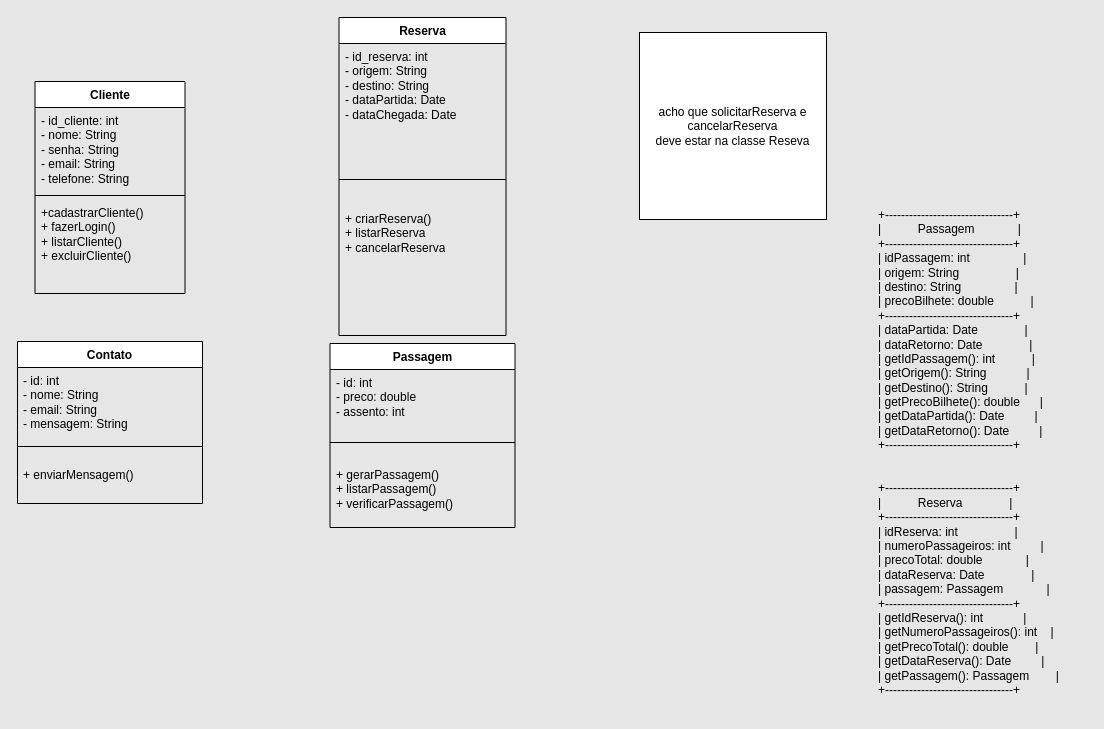
Earlier version of the draw.io diagram Diagrama sem nome.drawio (PatsFerrer/uml_teste). Source tidied: cells renumbered, new cells numbered last; positions are measured from the earlier drawing's top-left corner, leaving out a move shared by most shapes. Both pictures are drawn from the tidied source at 100%, with x=0, y=0 at pixel (17, 17).
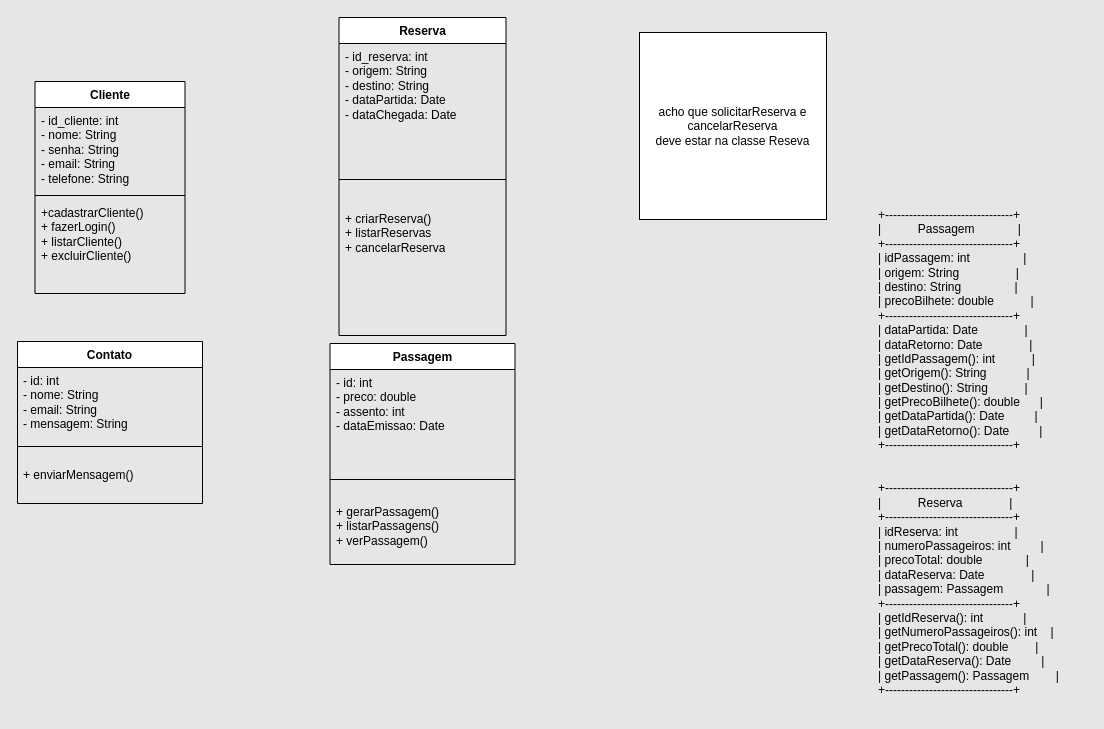
The same diagram, later.

Diff of the diagram source:
```diff
@@
 <mxGraphModel background="#E6E6E6">
   <root>
     <mxCell id="0" />
     <mxCell id="1" parent="0" />
     <mxCell id="2" value="Cliente                 " style="swimlane;fontStyle=1;align=center;verticalAlign=top;horizontal=1;startSize=26;whiteSpace=wrap;html=1;" parent="1" vertex="1">
       <mxGeometry x="17.5" y="64" width="150" height="212" as="geometry" />
     </mxCell>
     <mxCell id="3" value="&lt;font style=&quot;font-size: 12px;&quot;&gt;- id_cliente: int&lt;br&gt;- nome: String&lt;br style=&quot;border-color: var(--border-color); padding: 0px; margin: 0px;&quot;&gt;- senha: String&lt;br style=&quot;border-color: var(--border-color); padding: 0px; margin: 0px;&quot;&gt;- email: String&lt;br style=&quot;border-color: var(--border-color); padding: 0px; margin: 0px;&quot;&gt;- telefone: String&lt;/font&gt;" style="text;strokeColor=none;fillColor=none;align=left;verticalAlign=top;spacingLeft=4;spacingRight=4;overflow=hidden;whiteSpace=wrap;html=1;" parent="2" vertex="1">
       <mxGeometry y="26" width="150" height="84" as="geometry" />
     </mxCell>
     <mxCell id="4" style="line;strokeWidth=1;fillColor=none;align=left;verticalAlign=middle;spacingTop=-1;spacingLeft=3;spacingRight=3;labelPosition=right;strokeColor=inherit;" parent="2" vertex="1">
       <mxGeometry y="110" width="150" height="8" as="geometry" />
     </mxCell>
     <mxCell id="5" value="+cadastrarCliente()&lt;br&gt;+&amp;nbsp;fazerLogin&lt;span style=&quot;border-color: var(--border-color); background-color: initial;&quot;&gt;()&amp;nbsp;&lt;/span&gt;&lt;span style=&quot;background-color: initial;&quot;&gt;&lt;br&gt;&lt;/span&gt;+&amp;nbsp;listarCliente()&lt;br style=&quot;border-color: var(--border-color);&quot;&gt;&lt;div style=&quot;border-color: var(--border-color); background-color: rgb(47, 47, 47); padding: 0px 0px 0px 2px;&quot;&gt;&lt;div style=&quot;border-color: var(--border-color); color: rgb(170, 170, 170); font-family: &amp;quot;Courier New&amp;quot;; font-size: 16pt;&quot;&gt;&lt;p style=&quot;border-color: var(--border-color); background-color: rgb(55, 55, 55); margin: 0px;&quot;&gt;&lt;/p&gt;&lt;/div&gt;&lt;/div&gt;+ excluirCliente()&amp;nbsp; &amp;nbsp; &amp;nbsp; &amp;nbsp; &amp;nbsp; &amp;nbsp; &amp;nbsp; &amp;nbsp; &amp;nbsp; &amp;nbsp; &amp;nbsp; &amp;nbsp; &amp;nbsp; &amp;nbsp; &amp;nbsp;&amp;nbsp;" style="text;strokeColor=none;fillColor=none;align=left;verticalAlign=top;spacingLeft=4;spacingRight=4;overflow=hidden;whiteSpace=wrap;html=1;" parent="2" vertex="1">
       <mxGeometry y="118" width="150" height="94" as="geometry" />
     </mxCell>
     <mxCell id="6" value="Reserva" style="swimlane;fontStyle=1;align=center;verticalAlign=top;horizontal=1;startSize=26;whiteSpace=wrap;html=1;" parent="1" vertex="1">
       <mxGeometry x="321.5" width="167" height="318" as="geometry" />
     </mxCell>
     <mxCell id="7" value="&lt;font style=&quot;font-size: 12px;&quot;&gt;- id_reserva: &lt;span style=&quot;border: 0px solid rgb(217, 217, 227); box-sizing: border-box; --tw-border-spacing-x: 0; --tw-border-spacing-y: 0; --tw-translate-x: 0; --tw-translate-y: 0; --tw-rotate: 0; --tw-skew-x: 0; --tw-skew-y: 0; --tw-scale-x: 1; --tw-scale-y: 1; --tw-pan-x: ; --tw-pan-y: ; --tw-pinch-zoom: ; --tw-scroll-snap-strictness: proximity; --tw-gradient-from-position: ; --tw-gradient-via-position: ; --tw-gradient-to-position: ; --tw-ordinal: ; --tw-slashed-zero: ; --tw-numeric-figure: ; --tw-numeric-spacing: ; --tw-numeric-fraction: ; --tw-ring-inset: ; --tw-ring-offset-width: 0px; --tw-ring-offset-color: #fff; --tw-ring-color: rgba(69,89,164,.5); --tw-ring-offset-shadow: 0 0 transparent; --tw-ring-shadow: 0 0 transparent; --tw-shadow: 0 0 transparent; --tw-shadow-colored: 0 0 transparent; --tw-blur: ; --tw-brightness: ; --tw-contrast: ; --tw-grayscale: ; --tw-hue-rotate: ; --tw-invert: ; --tw-saturate: ; --tw-sepia: ; --tw-drop-shadow: ; --tw-backdrop-blur: ; --tw-backdrop-brightness: ; --tw-backdrop-contrast: ; --tw-backdrop-grayscale: ; --tw-backdrop-hue-rotate: ; --tw-backdrop-invert: ; --tw-backdrop-opacity: ; --tw-backdrop-saturate: ; --tw-backdrop-sepia: ;&quot; class=&quot;hljs-type&quot;&gt;int&lt;/span&gt;&lt;br&gt;- origem: String&lt;br&gt;- destino: String&lt;br&gt;- dataPartida: &lt;span style=&quot;border: 0px solid rgb(217, 217, 227); box-sizing: border-box; --tw-border-spacing-x: 0; --tw-border-spacing-y: 0; --tw-translate-x: 0; --tw-translate-y: 0; --tw-rotate: 0; --tw-skew-x: 0; --tw-skew-y: 0; --tw-scale-x: 1; --tw-scale-y: 1; --tw-pan-x: ; --tw-pan-y: ; --tw-pinch-zoom: ; --tw-scroll-snap-strictness: proximity; --tw-gradient-from-position: ; --tw-gradient-via-position: ; --tw-gradient-to-position: ; --tw-ordinal: ; --tw-slashed-zero: ; --tw-numeric-figure: ; --tw-numeric-spacing: ; --tw-numeric-fraction: ; --tw-ring-inset: ; --tw-ring-offset-width: 0px; --tw-ring-offset-color: #fff; --tw-ring-color: rgba(69,89,164,.5); --tw-ring-offset-shadow: 0 0 transparent; --tw-ring-shadow: 0 0 transparent; --tw-shadow: 0 0 transparent; --tw-shadow-colored: 0 0 transparent; --tw-blur: ; --tw-brightness: ; --tw-contrast: ; --tw-grayscale: ; --tw-hue-rotate: ; --tw-invert: ; --tw-saturate: ; --tw-sepia: ; --tw-drop-shadow: ; --tw-backdrop-blur: ; --tw-backdrop-brightness: ; --tw-backdrop-contrast: ; --tw-backdrop-grayscale: ; --tw-backdrop-hue-rotate: ; --tw-backdrop-invert: ; --tw-backdrop-opacity: ; --tw-backdrop-saturate: ; --tw-backdrop-sepia: ;&quot; class=&quot;hljs-type&quot;&gt;Date&lt;/span&gt;&lt;br&gt;- dataChegada: &lt;span style=&quot;border: 0px solid rgb(217, 217, 227); box-sizing: border-box; --tw-border-spacing-x: 0; --tw-border-spacing-y: 0; --tw-translate-x: 0; --tw-translate-y: 0; --tw-rotate: 0; --tw-skew-x: 0; --tw-skew-y: 0; --tw-scale-x: 1; --tw-scale-y: 1; --tw-pan-x: ; --tw-pan-y: ; --tw-pinch-zoom: ; --tw-scroll-snap-strictness: proximity; --tw-gradient-from-position: ; --tw-gradient-via-position: ; --tw-gradient-to-position: ; --tw-ordinal: ; --tw-slashed-zero: ; --tw-numeric-figure: ; --tw-numeric-spacing: ; --tw-numeric-fraction: ; --tw-ring-inset: ; --tw-ring-offset-width: 0px; --tw-ring-offset-color: #fff; --tw-ring-color: rgba(69,89,164,.5); --tw-ring-offset-shadow: 0 0 transparent; --tw-ring-shadow: 0 0 transparent; --tw-shadow: 0 0 transparent; --tw-shadow-colored: 0 0 transparent; --tw-blur: ; --tw-brightness: ; --tw-contrast: ; --tw-grayscale: ; --tw-hue-rotate: ; --tw-invert: ; --tw-saturate: ; --tw-sepia: ; --tw-drop-shadow: ; --tw-backdrop-blur: ; --tw-backdrop-brightness: ; --tw-backdrop-contrast: ; --tw-backdrop-grayscale: ; --tw-backdrop-hue-rotate: ; --tw-backdrop-invert: ; --tw-backdrop-opacity: ; --tw-backdrop-saturate: ; --tw-backdrop-sepia: ;&quot; class=&quot;hljs-type&quot;&gt;Date&lt;/span&gt;&lt;span style=&quot;border: 0px solid rgb(217, 217, 227); box-sizing: border-box; --tw-border-spacing-x: 0; --tw-border-spacing-y: 0; --tw-translate-x: 0; --tw-translate-y: 0; --tw-rotate: 0; --tw-skew-x: 0; --tw-skew-y: 0; --tw-scale-x: 1; --tw-scale-y: 1; --tw-pan-x: ; --tw-pan-y: ; --tw-pinch-zoom: ; --tw-scroll-snap-strictness: proximity; --tw-gradient-from-position: ; --tw-gradient-via-position: ; --tw-gradient-to-position: ; --tw-ordinal: ; --tw-slashed-zero: ; --tw-numeric-figure: ; --tw-numeric-spacing: ; --tw-numeric-fraction: ; --tw-ring-inset: ; --tw-ring-offset-width: 0px; --tw-ring-offset-color: #fff; --tw-ring-color: rgba(69,89,164,.5); --tw-ring-offset-shadow: 0 0 transparent; --tw-ring-shadow: 0 0 transparent; --tw-shadow: 0 0 transparent; --tw-shadow-colored: 0 0 transparent; --tw-blur: ; --tw-brightness: ; --tw-contrast: ; --tw-grayscale: ; --tw-hue-rotate: ; --tw-invert: ; --tw-saturate: ; --tw-sepia: ; --tw-drop-shadow: ; --tw-backdrop-blur: ; --tw-backdrop-brightness: ; --tw-backdrop-contrast: ; --tw-backdrop-grayscale: ; --tw-backdrop-hue-rotate: ; --tw-backdrop-invert: ; --tw-backdrop-opacity: ; --tw-backdrop-saturate: ; --tw-backdrop-sepia: ;&quot; class=&quot;hljs-keyword&quot;&gt;&lt;br&gt;&lt;/span&gt;&lt;/font&gt;" style="text;strokeColor=none;fillColor=none;align=left;verticalAlign=top;spacingLeft=4;spacingRight=4;overflow=hidden;whiteSpace=wrap;html=1;" parent="6" vertex="1">
       <mxGeometry y="26" width="167" height="110" as="geometry" />
     </mxCell>
     <mxCell id="8" style="line;strokeWidth=1;fillColor=none;align=left;verticalAlign=middle;spacingTop=-1;spacingLeft=3;spacingRight=3;labelPosition=right;strokeColor=inherit;" parent="6" vertex="1">
       <mxGeometry y="136" width="167" height="52" as="geometry" />
     </mxCell>
-    <mxCell id="9" value="&lt;div&gt;+ criarReserva()&lt;/div&gt;&lt;div&gt;+ listarReserva&lt;/div&gt;&lt;div&gt;+ cancelarReserva&lt;/div&gt;&lt;div&gt;&lt;br&gt;&lt;/div&gt;" style="text;strokeColor=none;fillColor=none;align=left;verticalAlign=top;spacingLeft=4;spacingRight=4;overflow=hidden;whiteSpace=wrap;html=1;" parent="6" vertex="1">
+    <mxCell id="9" value="&lt;div&gt;+ criarReserva()&lt;/div&gt;&lt;div&gt;+ listarReservas&lt;/div&gt;&lt;div&gt;+ cancelarReserva&lt;/div&gt;&lt;div&gt;&lt;br&gt;&lt;/div&gt;" style="text;strokeColor=none;fillColor=none;align=left;verticalAlign=top;spacingLeft=4;spacingRight=4;overflow=hidden;whiteSpace=wrap;html=1;" parent="6" vertex="1">
       <mxGeometry y="188" width="167" height="130" as="geometry" />
     </mxCell>
     <mxCell id="10" value="Passagem" style="swimlane;fontStyle=1;align=center;verticalAlign=top;horizontal=1;startSize=26;whiteSpace=wrap;html=1;" parent="1" vertex="1">
-      <mxGeometry x="312.5" y="326" width="185" height="184" as="geometry" />
+      <mxGeometry x="312.5" y="326" width="185" height="221" as="geometry" />
     </mxCell>
-    <mxCell id="11" value="- id: int&lt;br&gt;- preco: double&lt;br&gt;- assento: int" style="text;strokeColor=none;fillColor=none;align=left;verticalAlign=top;spacingLeft=4;spacingRight=4;overflow=hidden;whiteSpace=wrap;html=1;" parent="10" vertex="1">
-      <mxGeometry y="26" width="185" height="54" as="geometry" />
+    <mxCell id="11" value="- id: int&lt;br&gt;- preco: double&lt;br&gt;- assento: int&lt;br&gt;- dataEmissao: Date" style="text;strokeColor=none;fillColor=none;align=left;verticalAlign=top;spacingLeft=4;spacingRight=4;overflow=hidden;whiteSpace=wrap;html=1;" parent="10" vertex="1">
+      <mxGeometry y="26" width="185" height="91" as="geometry" />
     </mxCell>
     <mxCell id="12" style="line;strokeWidth=1;fillColor=none;align=left;verticalAlign=middle;spacingTop=-1;spacingLeft=3;spacingRight=3;labelPosition=right;strokeColor=inherit;" parent="10" vertex="1">
-      <mxGeometry y="80" width="185" height="38" as="geometry" />
+      <mxGeometry y="117" width="185" height="38" as="geometry" />
     </mxCell>
-    <mxCell id="13" value="+ gerarPassagem()&lt;br&gt;+ listarPassagem()&lt;br&gt;+ verificarPassagem()" style="text;strokeColor=none;fillColor=none;align=left;verticalAlign=top;spacingLeft=4;spacingRight=4;overflow=hidden;whiteSpace=wrap;html=1;" parent="10" vertex="1">
-      <mxGeometry y="118" width="185" height="66" as="geometry" />
+    <mxCell id="13" value="+ gerarPassagem()&lt;br&gt;+ listarPassagens()&lt;br&gt;+ verPassagem()" style="text;strokeColor=none;fillColor=none;align=left;verticalAlign=top;spacingLeft=4;spacingRight=4;overflow=hidden;whiteSpace=wrap;html=1;" parent="10" vertex="1">
+      <mxGeometry y="155" width="185" height="66" as="geometry" />
     </mxCell>
     <mxCell id="14" value="+--------------------------------+&#10;|           Passagem             |&#10;+--------------------------------+&#10;| idPassagem: int                |&#10;| origem: String                 |&#10;| destino: String                |&#10;| precoBilhete: double           |&#10;+--------------------------------+&#10;| dataPartida: Date              |&#10;| dataRetorno: Date              |&#10;| getIdPassagem(): int           |&#10;| getOrigem(): String            |&#10;| getDestino(): String           |&#10;| getPrecoBilhete(): double      |&#10;| getDataPartida(): Date         |&#10;| getDataRetorno(): Date         |&#10;+--------------------------------+&#10;&#10;&#10;+--------------------------------+&#10;|           Reserva              |&#10;+--------------------------------+&#10;| idReserva: int                 |&#10;| numeroPassageiros: int         |&#10;| precoTotal: double             |&#10;| dataReserva: Date              |&#10;| passagem: Passagem             |&#10;+--------------------------------+&#10;| getIdReserva(): int            |&#10;| getNumeroPassageiros(): int    |&#10;| getPrecoTotal(): double        |&#10;| getDataReserva(): Date         |&#10;| getPassagem(): Passagem        |&#10;+--------------------------------+" style="text;whiteSpace=wrap;" parent="1" vertex="1">
       <mxGeometry x="859" y="184" width="210" height="510" as="geometry" />
     </mxCell>
     <mxCell id="15" value="Contato" style="swimlane;fontStyle=1;align=center;verticalAlign=top;horizontal=1;startSize=26;whiteSpace=wrap;html=1;" parent="1" vertex="1">
       <mxGeometry y="324" width="185" height="162" as="geometry" />
     </mxCell>
     <mxCell id="16" value="- id: int&lt;br&gt;- nome: String&lt;br&gt;- email: String&lt;br&gt;- mensagem: String" style="text;strokeColor=none;fillColor=none;align=left;verticalAlign=top;spacingLeft=4;spacingRight=4;overflow=hidden;whiteSpace=wrap;html=1;" parent="15" vertex="1">
       <mxGeometry y="26" width="185" height="64" as="geometry" />
     </mxCell>
     <mxCell id="17" style="line;strokeWidth=1;fillColor=none;align=left;verticalAlign=middle;spacingTop=-1;spacingLeft=3;spacingRight=3;labelPosition=right;strokeColor=inherit;" parent="15" vertex="1">
       <mxGeometry y="90" width="185" height="30" as="geometry" />
     </mxCell>
     <mxCell id="18" value="+ enviarMensagem()" style="text;strokeColor=none;fillColor=none;align=left;verticalAlign=top;spacingLeft=4;spacingRight=4;overflow=hidden;whiteSpace=wrap;html=1;" parent="15" vertex="1">
       <mxGeometry y="120" width="185" height="42" as="geometry" />
     </mxCell>
     <mxCell id="19" value="acho que solicitarReserva e cancelarReserva&lt;br&gt;deve estar na classe Reseva&lt;br&gt;" style="whiteSpace=wrap;html=1;" parent="1" vertex="1">
       <mxGeometry x="622" y="15" width="187" height="187" as="geometry" />
     </mxCell>
   </root>
 </mxGraphModel>
```
